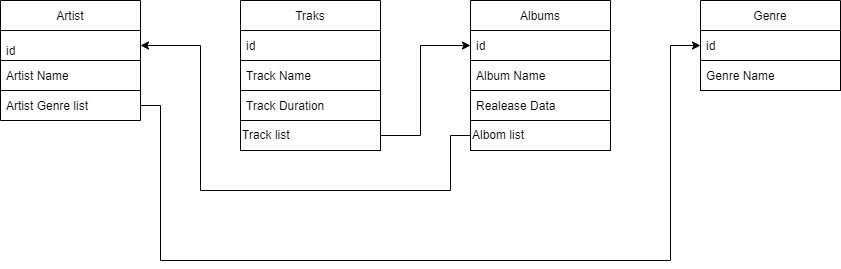
Earlier version of the draw.io export Diagram1.drawio.png (KormazovaVer/task3). Source tidied: cells renumbered, new cells last; positions are measured from the earlier drawing's top-left corner, leaving out a move shared by most shapes.
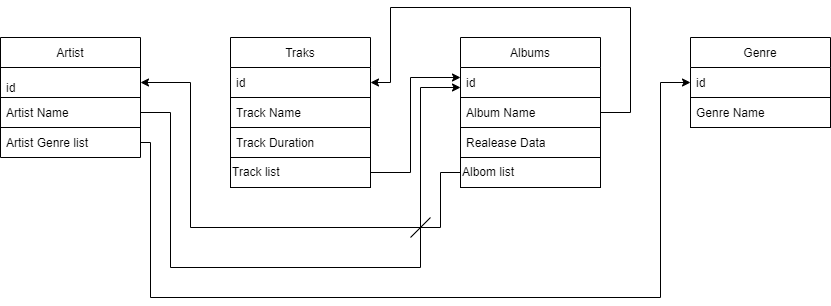
Later version of the same file.

The edit, as a diff of the source:
```diff
@@ -3,7 +3,7 @@
     <mxCell id="0" />
     <mxCell id="1" parent="0" />
     <mxCell id="2" value="Artist" style="swimlane;fontStyle=0;horizontal=1;startSize=30;" parent="1" vertex="1">
-      <mxGeometry width="140" height="120" as="geometry" />
+      <mxGeometry x="10" width="140" height="120" as="geometry" />
     </mxCell>
     <mxCell id="3" value="id" style="text;strokeColor=default;fillColor=none;align=left;verticalAlign=bottom;spacingLeft=4;spacingRight=4;overflow=hidden;points=[[0,0.5],[1,0.5]];portConstraint=eastwest;rounded=0;" parent="2" vertex="1">
       <mxGeometry y="30" width="140" height="30" as="geometry" />
@@ -63,11 +63,12 @@
         </Array>
       </mxGeometry>
     </mxCell>
-    <mxCell id="20" style="endArrow=classic;html=1;rounded=0;entryX=0;entryY=0.5;entryDx=0;entryDy=0;exitX=1;exitY=0.5;exitDx=0;exitDy=0;" parent="1" edge="1" source="17" target="7">
+    <mxCell id="20" style="endArrow=classic;html=1;rounded=0;exitX=1;exitY=0.5;exitDx=0;exitDy=0;" parent="1" edge="1" source="17">
       <mxGeometry relative="1" as="geometry">
+        <mxPoint x="470" y="40" as="targetPoint" />
         <Array as="points">
           <mxPoint x="420" y="135" />
-          <mxPoint x="420" y="45" />
+          <mxPoint x="420" y="40" />
         </Array>
       </mxGeometry>
     </mxCell>
@@ -84,5 +85,32 @@
     <mxCell id="22" style="edgeStyle=none;rounded=0;orthogonalLoop=1;jettySize=auto;html=1;entryX=0;entryY=0.5;entryDx=0;entryDy=0;" parent="1" edge="1" source="18" target="18">
       <mxGeometry relative="1" as="geometry" />
     </mxCell>
+    <mxCell id="23" style="endArrow=classic;html=1;rounded=0;exitX=1;exitY=0.5;exitDx=0;exitDy=0;entryX=1;entryY=0.5;entryDx=0;entryDy=0;" parent="1" edge="1" source="8" target="14">
+      <mxGeometry relative="1" as="geometry">
+        <Array as="points">
+          <mxPoint x="640" y="75" />
+          <mxPoint x="640" y="-30" />
+          <mxPoint x="400" y="-30" />
+          <mxPoint x="400" y="45" />
+        </Array>
+      </mxGeometry>
+    </mxCell>
+    <mxCell id="24" style="endArrow=classic;html=1;rounded=0;exitX=1;exitY=0.5;exitDx=0;exitDy=0;" parent="1" edge="1" source="4">
+      <mxGeometry relative="1" as="geometry">
+        <mxPoint x="470" y="50" as="targetPoint" />
+        <Array as="points">
+          <mxPoint x="180" y="75" />
+          <mxPoint x="180" y="230" />
+          <mxPoint x="430" y="230" />
+          <mxPoint x="430" y="50" />
+        </Array>
+      </mxGeometry>
+    </mxCell>
+    <mxCell id="25" style="endArrow=none;html=1;rounded=0;" parent="1" edge="1">
+      <mxGeometry relative="1" as="geometry">
+        <mxPoint x="420" y="200" as="sourcePoint" />
+        <mxPoint x="440" y="180" as="targetPoint" />
+      </mxGeometry>
+    </mxCell>
   </root>
 </mxGraphModel>
```
